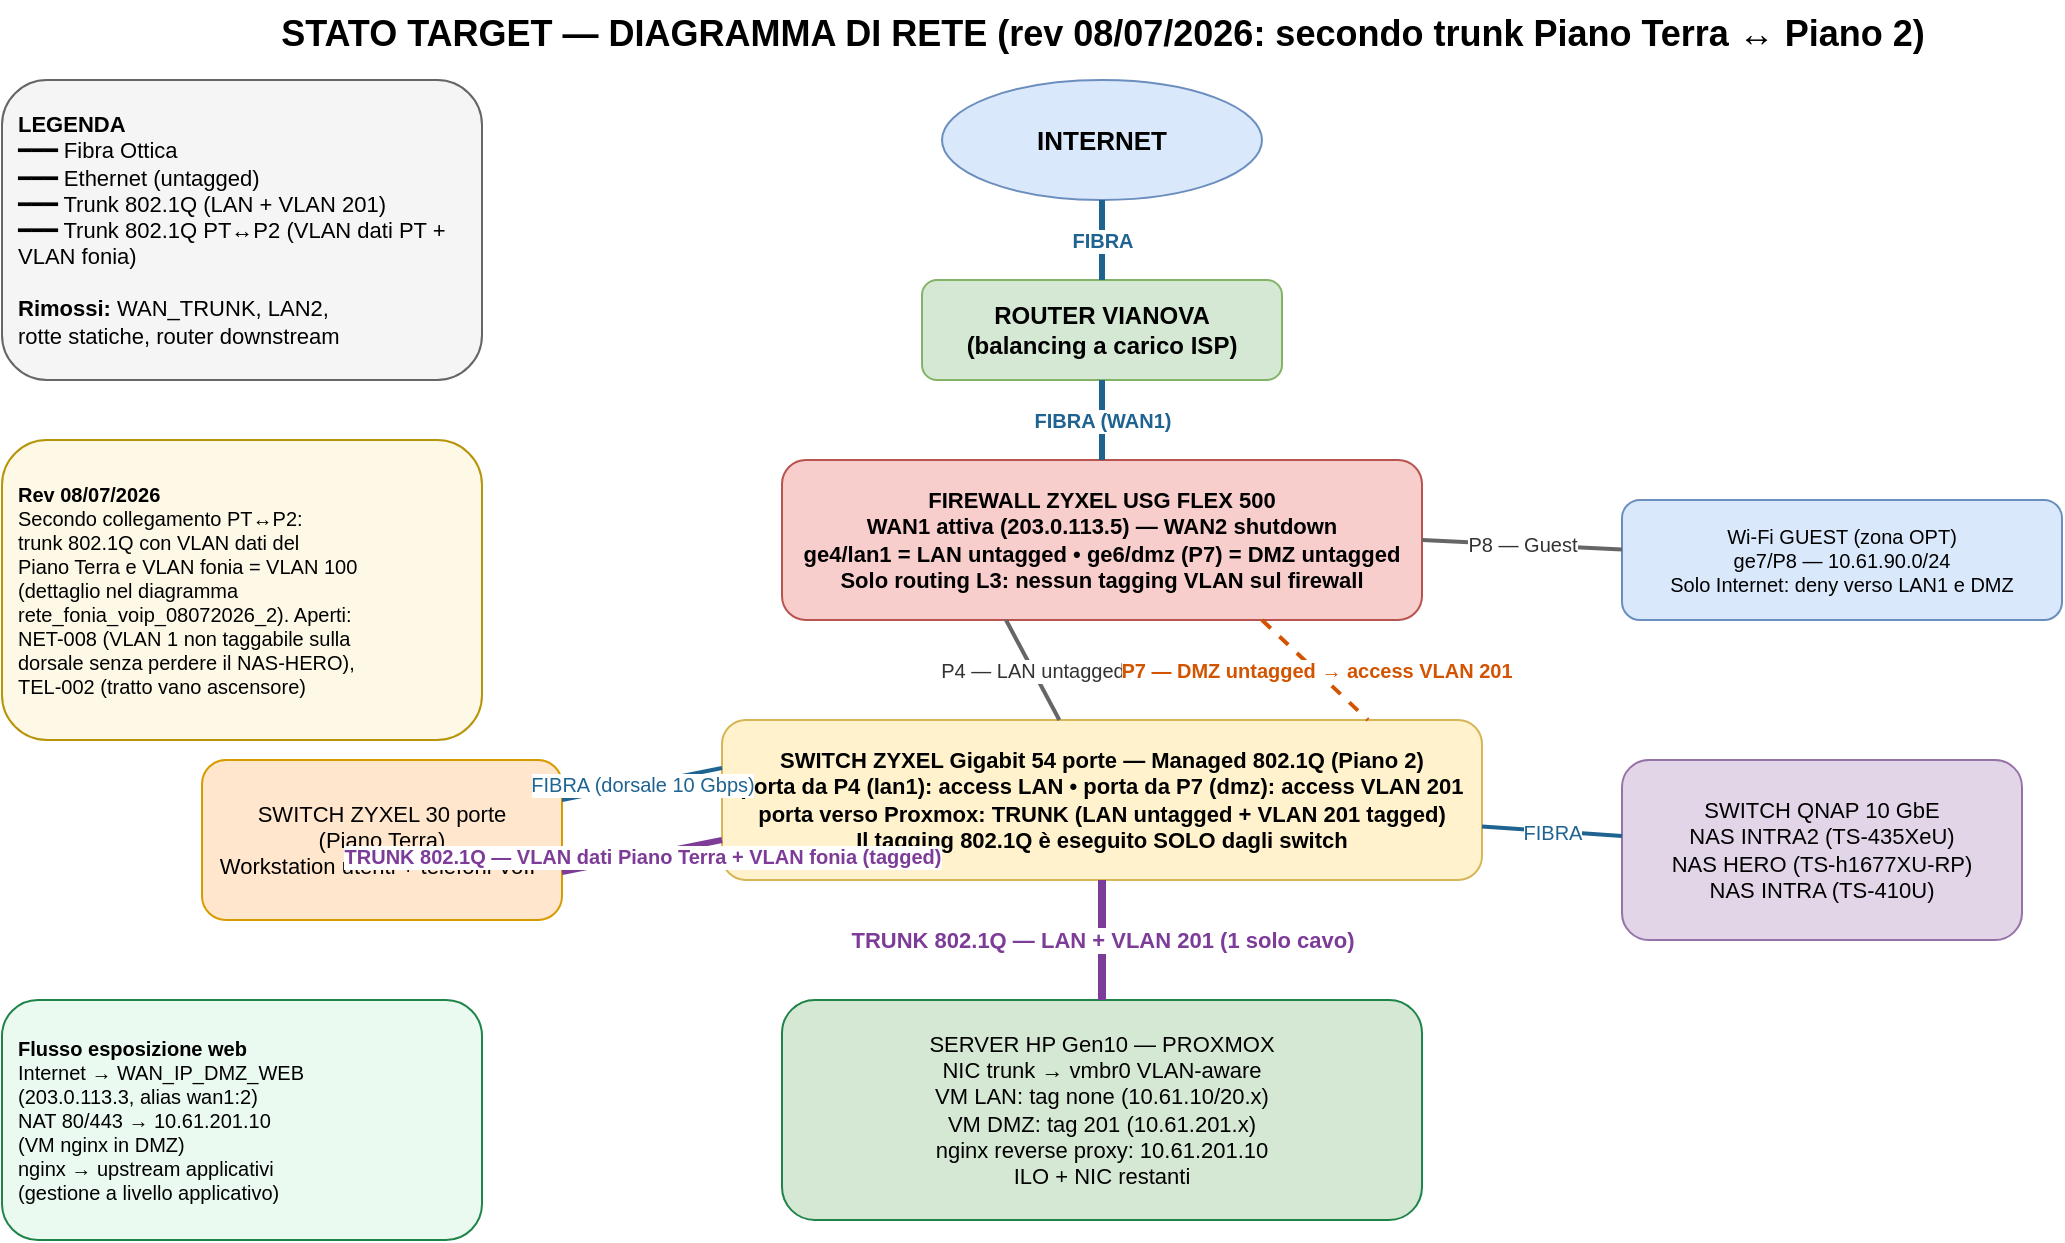
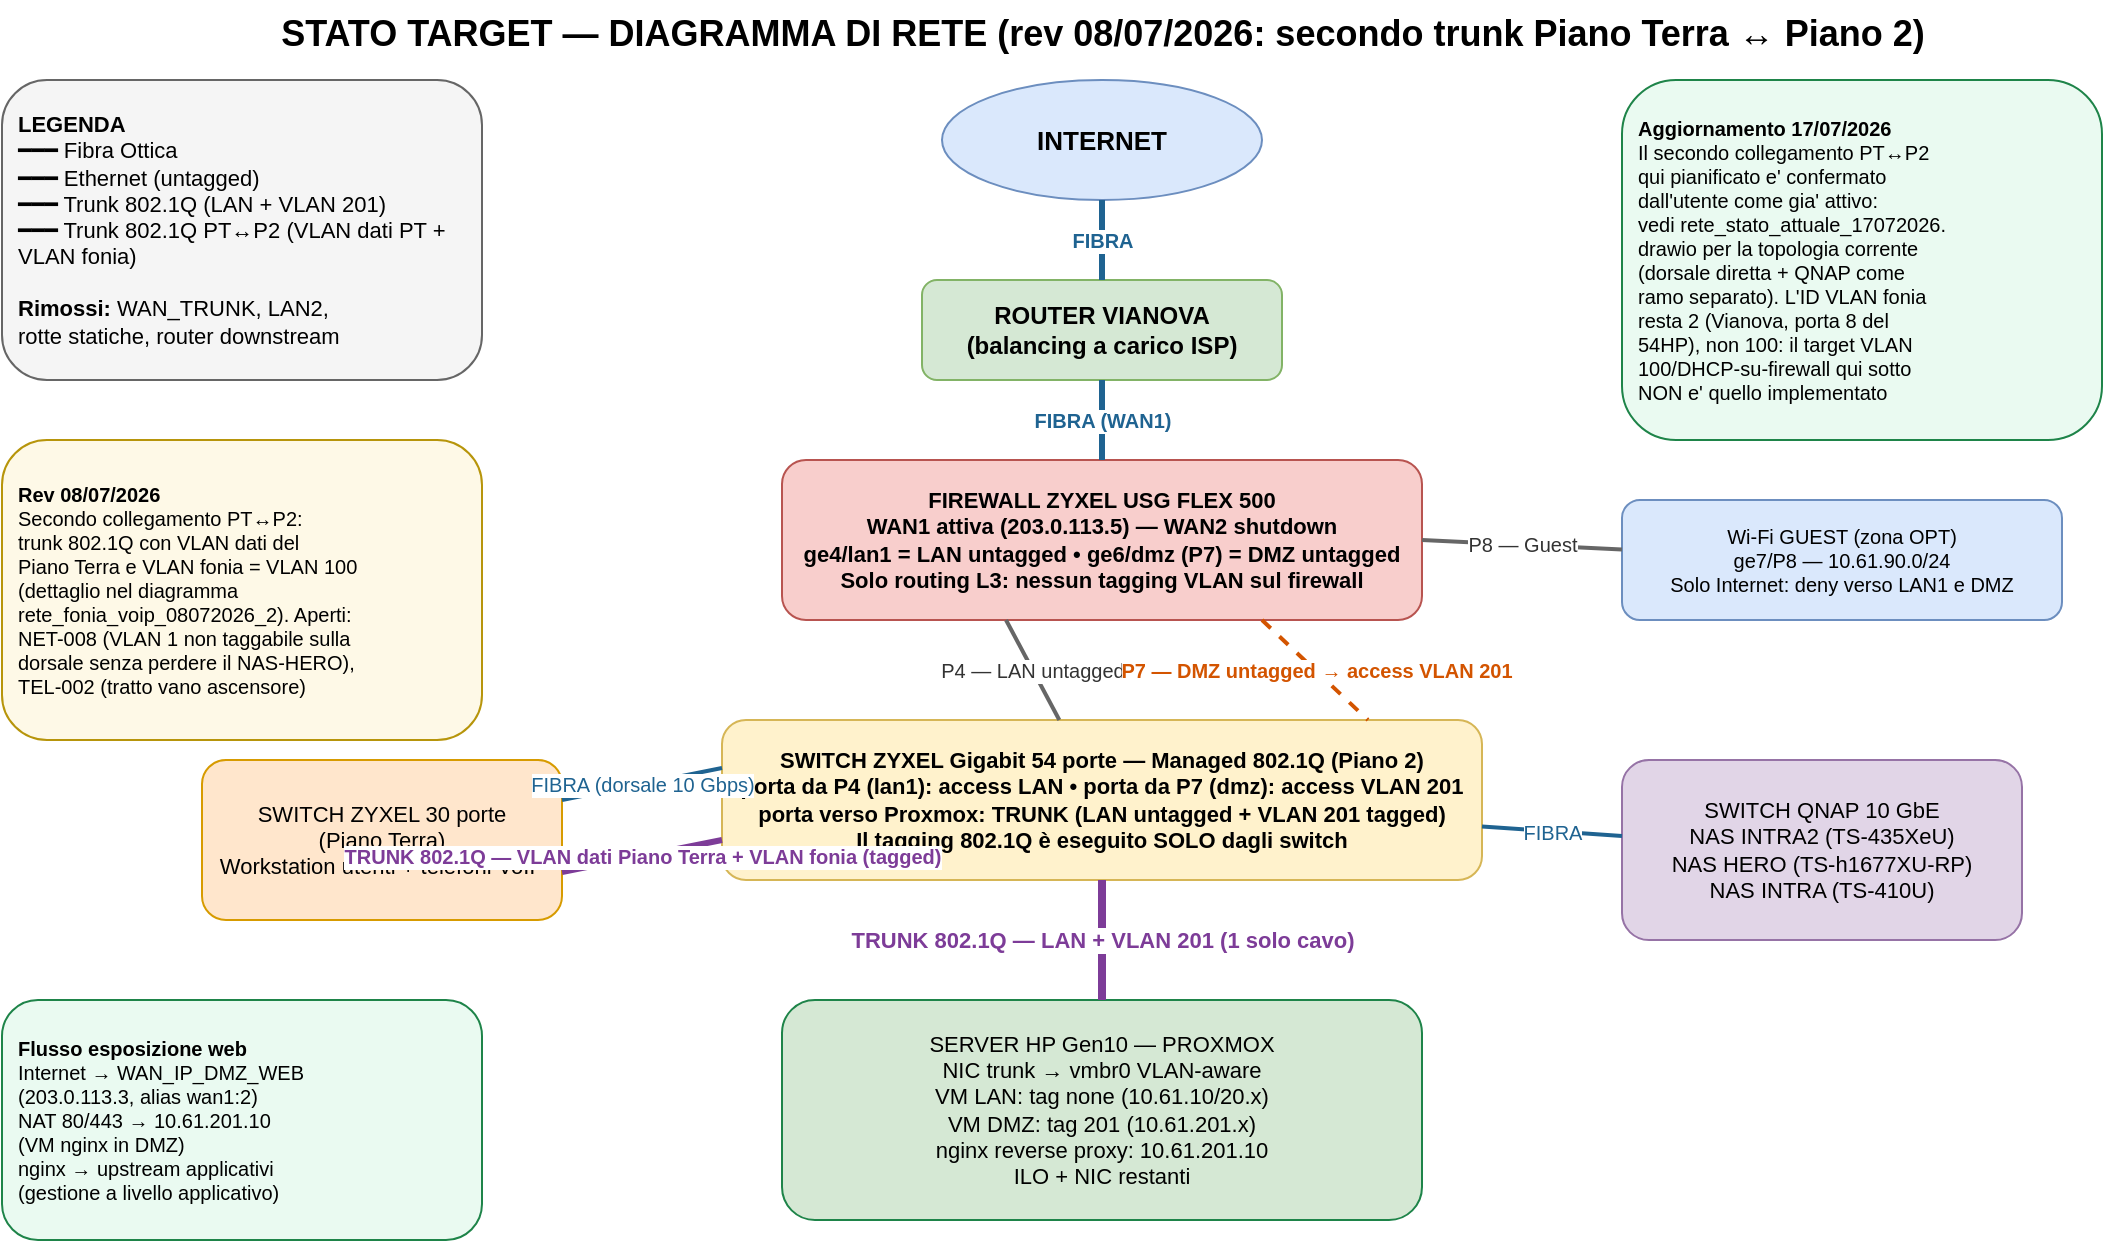
<mxfile host="app.diagrams.net" modified="2026-07-08T10:00:00.000Z" agent="Claude" version="24.0.0">
  <diagram id="target" name="Stato Target 08/07/2026">
    <mxGraphModel dx="1422" dy="800" grid="1" gridSize="10" guides="1" tooltips="1" connect="1" arrows="1" fold="1" page="1" pageScale="1" pageWidth="1169" pageHeight="826" math="0" shadow="0">
      <root>
        <mxCell id="0" />
        <mxCell id="1" parent="0" />

        <mxCell id="title" value="STATO TARGET — DIAGRAMMA DI RETE (rev 08/07/2026: secondo trunk Piano Terra ↔ Piano 2)" style="text;html=1;fontSize=18;fontStyle=1;align=center" vertex="1" parent="1">
          <mxGeometry x="200" y="20" width="780" height="30" as="geometry" />
        </mxCell>

        <mxCell id="legend" value="&lt;b&gt;LEGENDA&lt;/b&gt;&lt;br&gt;━━━ Fibra Ottica&lt;br&gt;━━━ Ethernet (untagged)&lt;br&gt;━━━ Trunk 802.1Q (LAN + VLAN 201)&lt;br&gt;━━━ Trunk 802.1Q PT↔P2 (VLAN dati PT + VLAN fonia)&lt;br&gt;&lt;br&gt;&lt;b&gt;Rimossi:&lt;/b&gt; WAN_TRUNK, LAN2,&lt;br&gt;rotte statiche, router downstream" style="rounded=1;whiteSpace=wrap;html=1;fillColor=#f5f5f5;strokeColor=#666666;align=left;spacing=8;fontSize=11" vertex="1" parent="1">
          <mxGeometry x="40" y="60" width="240" height="150" as="geometry" />
        </mxCell>

        <mxCell id="internet" value="INTERNET" style="ellipse;whiteSpace=wrap;html=1;fillColor=#dae8fc;strokeColor=#6c8ebf;fontSize=13;fontStyle=1" vertex="1" parent="1">
          <mxGeometry x="510" y="60" width="160" height="60" as="geometry" />
        </mxCell>

        <mxCell id="router" value="ROUTER VIANOVA&#10;(balancing a carico ISP)" style="rounded=1;whiteSpace=wrap;html=1;fillColor=#d5e8d4;strokeColor=#82b366;fontSize=12;fontStyle=1" vertex="1" parent="1">
          <mxGeometry x="500" y="160" width="180" height="50" as="geometry" />
        </mxCell>

        <mxCell id="firewall" value="FIREWALL ZYXEL USG FLEX 500&#10;WAN1 attiva (203.0.113.5) — WAN2 shutdown&#10;ge4/lan1 = LAN untagged • ge6/dmz (P7) = DMZ untagged&#10;Solo routing L3: nessun tagging VLAN sul firewall" style="rounded=1;whiteSpace=wrap;html=1;fillColor=#f8cecc;strokeColor=#b85450;fontSize=11;fontStyle=1" vertex="1" parent="1">
          <mxGeometry x="430" y="250" width="320" height="80" as="geometry" />
        </mxCell>

        <mxCell id="switch54" value="SWITCH ZYXEL Gigabit 54 porte — Managed 802.1Q (Piano 2)&#10;porta da P4 (lan1): access LAN • porta da P7 (dmz): access VLAN 201&#10;porta verso Proxmox: TRUNK (LAN untagged + VLAN 201 tagged)&#10;Il tagging 802.1Q è eseguito SOLO dagli switch" style="rounded=1;whiteSpace=wrap;html=1;fillColor=#fff2cc;strokeColor=#d6b656;fontSize=11;fontStyle=1" vertex="1" parent="1">
          <mxGeometry x="400" y="380" width="380" height="80" as="geometry" />
        </mxCell>

        <mxCell id="proxmox" value="SERVER HP Gen10 — PROXMOX&#10;NIC trunk → vmbr0 VLAN-aware&#10;VM LAN: tag none (10.61.10/20.x)&#10;VM DMZ: tag 201 (10.61.201.x)&#10;nginx reverse proxy: 10.61.201.10&#10;ILO + NIC restanti" style="rounded=1;whiteSpace=wrap;html=1;fillColor=#d5e8d4;strokeColor=#1e8449;fontSize=11" vertex="1" parent="1">
          <mxGeometry x="430" y="520" width="320" height="110" as="geometry" />
        </mxCell>

        <mxCell id="qnap" value="SWITCH QNAP 10 GbE&#10;NAS INTRA2 (TS-435XeU)&#10;NAS HERO (TS-h1677XU-RP)&#10;NAS INTRA (TS-410U)" style="rounded=1;whiteSpace=wrap;html=1;fillColor=#e1d5e7;strokeColor=#9673a6;fontSize=11" vertex="1" parent="1">
          <mxGeometry x="850" y="400" width="200" height="90" as="geometry" />
        </mxCell>

        <mxCell id="sw30" value="SWITCH ZYXEL 30 porte&#10;(Piano Terra)&#10;Workstation utenti + telefoni VoIP" style="rounded=1;whiteSpace=wrap;html=1;fillColor=#ffe6cc;strokeColor=#d79b00;fontSize=11" vertex="1" parent="1">
          <mxGeometry x="140" y="400" width="180" height="80" as="geometry" />
        </mxCell>

        <mxCell id="guest" value="Wi-Fi GUEST (zona OPT)&#10;ge7/P8 — 10.61.90.0/24&#10;Solo Internet: deny verso LAN1 e DMZ" style="rounded=1;whiteSpace=wrap;html=1;fillColor=#dae8fc;strokeColor=#6c8ebf;fontSize=10" vertex="1" parent="1">
          <mxGeometry x="850" y="270" width="220" height="60" as="geometry" />
        </mxCell>

        <mxCell id="e1" style="endArrow=none;html=1;strokeColor=#1f6391;strokeWidth=3;fontSize=10;fontStyle=1;fontColor=#1f6391;labelBackgroundColor=#ffffff" edge="1" parent="1" source="internet" target="router" value="FIBRA">
          <mxGeometry relative="1" as="geometry" />
        </mxCell>
        <mxCell id="e2" style="endArrow=none;html=1;strokeColor=#1f6391;strokeWidth=3;fontSize=10;fontStyle=1;fontColor=#1f6391;labelBackgroundColor=#ffffff" edge="1" parent="1" source="router" target="firewall" value="FIBRA (WAN1)">
          <mxGeometry relative="1" as="geometry" />
        </mxCell>
        <mxCell id="e3" style="endArrow=none;html=1;strokeColor=#666666;strokeWidth=2;fontSize=10;fontColor=#333333;labelBackgroundColor=#ffffff;exitX=0.35;exitY=1" edge="1" parent="1" source="firewall" target="switch54" value="P4 — LAN untagged">
          <mxGeometry relative="1" as="geometry" />
        </mxCell>
        <mxCell id="e4" style="endArrow=none;html=1;strokeColor=#d35400;strokeWidth=2;dashed=1;fontSize=10;fontStyle=1;fontColor=#d35400;labelBackgroundColor=#ffffff;exitX=0.75;exitY=1;entryX=0.85;entryY=0" edge="1" parent="1" source="firewall" target="switch54" value="P7 — DMZ untagged → access VLAN 201">
          <mxGeometry relative="1" as="geometry" />
        </mxCell>
        <mxCell id="e5" style="endArrow=none;html=1;strokeColor=#7d3c98;strokeWidth=4;fontSize=11;fontStyle=1;fontColor=#7d3c98;labelBackgroundColor=#ffffff" edge="1" parent="1" source="switch54" target="proxmox" value="TRUNK 802.1Q — LAN + VLAN 201 (1 solo cavo)">
          <mxGeometry relative="1" as="geometry" />
        </mxCell>
        <mxCell id="e6" style="endArrow=none;html=1;strokeColor=#1f6391;strokeWidth=2;fontSize=10;fontColor=#1f6391;labelBackgroundColor=#ffffff" edge="1" parent="1" source="switch54" target="qnap" value="FIBRA">
          <mxGeometry relative="1" as="geometry" />
        </mxCell>
        <mxCell id="e7" style="endArrow=none;html=1;strokeColor=#1f6391;strokeWidth=2;fontSize=10;fontColor=#1f6391;labelBackgroundColor=#ffffff;exitX=0;exitY=0.3;entryX=1;entryY=0.25" edge="1" parent="1" source="switch54" target="sw30" value="FIBRA (dorsale 10 Gbps)">
          <mxGeometry relative="1" as="geometry" />
        </mxCell>
        <mxCell id="e9" style="endArrow=none;html=1;strokeColor=#7d3c98;strokeWidth=3;fontSize=10;fontStyle=1;fontColor=#7d3c98;labelBackgroundColor=#ffffff;exitX=0;exitY=0.75;entryX=1;entryY=0.7" edge="1" parent="1" source="switch54" target="sw30" value="TRUNK 802.1Q — VLAN dati Piano Terra + VLAN fonia (tagged)">
          <mxGeometry relative="1" as="geometry" />
        </mxCell>
        <mxCell id="e8" style="endArrow=none;html=1;strokeColor=#666666;strokeWidth=2;fontSize=10;fontColor=#333333;labelBackgroundColor=#ffffff;exitX=1;exitY=0.5" edge="1" parent="1" source="firewall" target="guest" value="P8 — Guest">
          <mxGeometry relative="1" as="geometry" />
        </mxCell>

        <mxCell id="flow" value="&lt;b&gt;Flusso esposizione web&lt;/b&gt;&lt;br&gt;Internet → WAN_IP_DMZ_WEB&lt;br&gt;(203.0.113.3, alias wan1:2)&lt;br&gt;NAT 80/443 → 10.61.201.10&lt;br&gt;(VM nginx in DMZ)&lt;br&gt;nginx → upstream applicativi&lt;br&gt;(gestione a livello applicativo)" style="rounded=1;whiteSpace=wrap;html=1;fillColor=#eafaf1;strokeColor=#1e8449;align=left;spacing=8;fontSize=10" vertex="1" parent="1">
          <mxGeometry x="40" y="520" width="240" height="120" as="geometry" />
        </mxCell>

        <mxCell id="note0807" value="&lt;b&gt;Rev 08/07/2026&lt;/b&gt;&lt;br&gt;Secondo collegamento PT↔P2:&lt;br&gt;trunk 802.1Q con VLAN dati del&lt;br&gt;Piano Terra e VLAN fonia = VLAN 100&lt;br&gt;(dettaglio nel diagramma&lt;br&gt;rete_fonia_voip_08072026_2). Aperti:&lt;br&gt;NET-008 (VLAN 1 non taggabile sulla&lt;br&gt;dorsale senza perdere il NAS-HERO),&lt;br&gt;TEL-002 (tratto vano ascensore)" style="rounded=1;whiteSpace=wrap;html=1;fillColor=#fef9e7;strokeColor=#b7950b;align=left;spacing=8;fontSize=10" vertex="1" parent="1">
          <mxGeometry x="40" y="240" width="240" height="150" as="geometry" />
        </mxCell>
+ 
+         <mxCell id="note1707" value="&lt;b&gt;Aggiornamento 17/07/2026&lt;/b&gt;&lt;br&gt;Il secondo collegamento PT↔P2&lt;br&gt;qui pianificato e' confermato&lt;br&gt;dall'utente come gia' attivo:&lt;br&gt;vedi rete_stato_attuale_17072026.&lt;br&gt;drawio per la topologia corrente&lt;br&gt;(dorsale diretta + QNAP come&lt;br&gt;ramo separato). L'ID VLAN fonia&lt;br&gt;resta 2 (Vianova, porta 8 del&lt;br&gt;54HP), non 100: il target VLAN&lt;br&gt;100/DHCP-su-firewall qui sotto&lt;br&gt;NON e' quello implementato" style="rounded=1;whiteSpace=wrap;html=1;fillColor=#eafaf1;strokeColor=#1e8449;align=left;spacing=8;fontSize=10" vertex="1" parent="1">
+           <mxGeometry x="850" y="60" width="240" height="180" as="geometry" />
+         </mxCell>
      </root>
    </mxGraphModel>
  </diagram>
</mxfile>
